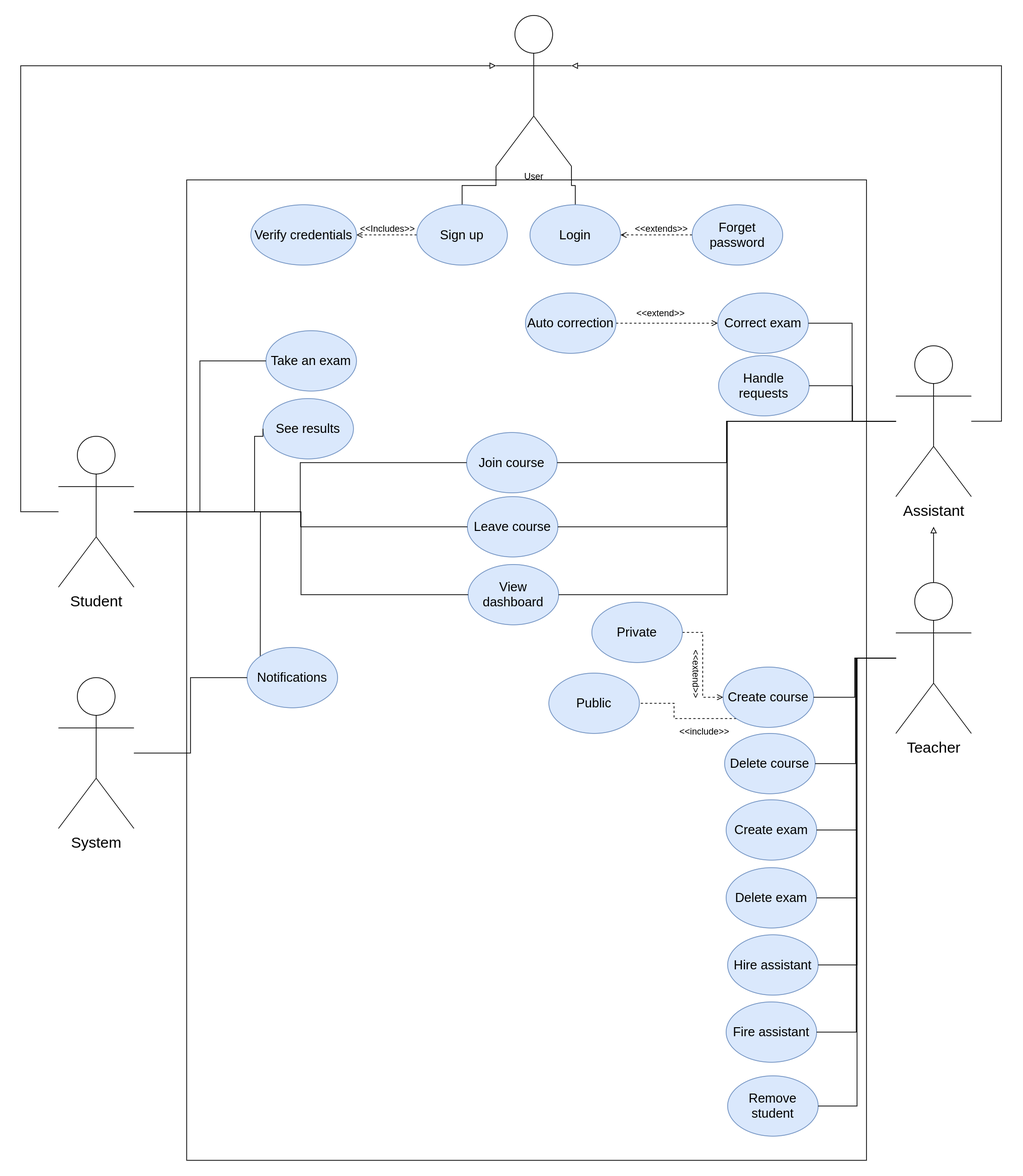
The draw.io diagram Use cases diagram/Use-cases.drawio.png in MarwanGalal746/D-Exam-with-Anti-Cheat-System, before a commit. Source tidied: cells renumbered, new cells last; positions are measured from the earlier drawing's top-left corner, leaving out a move shared by most shapes. Its diagram source:
```xml
<mxGraphModel>
  <root>
    <mxCell id="0" />
    <mxCell id="1" parent="0" />
    <mxCell id="2" style="whiteSpace=wrap;html=1;fontSize=20;" parent="1" vertex="1">
      <mxGeometry x="220" y="218" width="901" height="1300" as="geometry" />
    </mxCell>
    <mxCell id="3" style="edgeStyle=orthogonalEdgeStyle;rounded=0;jettySize=auto;html=1;entryX=0.5;entryY=0;entryDx=0;entryDy=0;fontSize=20;endArrow=none;endFill=0;strokeWidth=1;exitX=0;exitY=1;exitDx=0;exitDy=0;exitPerimeter=0;" parent="1" edge="1" source="5" target="7">
      <mxGeometry relative="1" as="geometry" />
    </mxCell>
    <mxCell id="4" style="edgeStyle=orthogonalEdgeStyle;rounded=0;jettySize=auto;html=1;entryX=0.5;entryY=0;entryDx=0;entryDy=0;fontSize=20;endArrow=none;endFill=0;strokeWidth=1;exitX=1;exitY=1;exitDx=0;exitDy=0;exitPerimeter=0;" parent="1" edge="1" source="5" target="8">
      <mxGeometry relative="1" as="geometry" />
    </mxCell>
    <mxCell id="5" value="User" style="shape=umlActor;verticalLabelPosition=bottom;verticalAlign=top;html=1;" parent="1" vertex="1">
      <mxGeometry x="630" width="100" height="200" as="geometry" />
    </mxCell>
    <mxCell id="6" style="edgeStyle=orthogonalEdgeStyle;rounded=0;jettySize=auto;html=1;entryX=1;entryY=0.5;entryDx=0;entryDy=0;dashed=1;fontSize=12;endArrow=open;endFill=0;" parent="1" edge="1" source="7" target="10">
      <mxGeometry relative="1" as="geometry" />
    </mxCell>
    <mxCell id="7" value="&lt;font style=&quot;font-size: 17px&quot;&gt;Sign up&lt;/font&gt;" style="ellipse;whiteSpace=wrap;html=1;fillColor=#dae8fc;strokeColor=#6c8ebf;" parent="1" vertex="1">
      <mxGeometry x="525" y="251" width="120" height="80" as="geometry" />
    </mxCell>
    <mxCell id="8" value="&lt;font style=&quot;font-size: 17px&quot;&gt;Login&lt;/font&gt;" style="ellipse;whiteSpace=wrap;html=1;fillColor=#dae8fc;strokeColor=#6c8ebf;" parent="1" vertex="1">
      <mxGeometry x="675" y="251" width="120" height="80" as="geometry" />
    </mxCell>
    <mxCell id="9" value="&lt;font style=&quot;font-size: 17px&quot;&gt;Take an exam&lt;/font&gt;" style="ellipse;whiteSpace=wrap;html=1;fillColor=#dae8fc;strokeColor=#6c8ebf;" parent="1" vertex="1">
      <mxGeometry x="325" y="418" width="120" height="80" as="geometry" />
    </mxCell>
    <mxCell id="10" value="&lt;font style=&quot;font-size: 17px&quot;&gt;Verify&amp;nbsp;credentials&lt;/font&gt;" style="ellipse;whiteSpace=wrap;html=1;fillColor=#dae8fc;strokeColor=#6c8ebf;" parent="1" vertex="1">
      <mxGeometry x="305" y="251" width="140" height="80" as="geometry" />
    </mxCell>
    <mxCell id="11" style="edgeStyle=orthogonalEdgeStyle;rounded=0;jettySize=auto;html=1;dashed=1;fontSize=17;endArrow=open;endFill=0;entryX=1;entryY=0.5;entryDx=0;entryDy=0;" parent="1" edge="1" source="12" target="8">
      <mxGeometry relative="1" as="geometry" />
    </mxCell>
    <mxCell id="12" value="&lt;font style=&quot;font-size: 17px&quot;&gt;Forget password&lt;/font&gt;" style="ellipse;whiteSpace=wrap;html=1;fillColor=#dae8fc;strokeColor=#6c8ebf;" parent="1" vertex="1">
      <mxGeometry x="890" y="251" width="120" height="80" as="geometry" />
    </mxCell>
    <mxCell id="13" value="&lt;font style=&quot;font-size: 12px&quot;&gt;&amp;lt;&amp;lt;Includes&amp;gt;&amp;gt;&lt;/font&gt;" style="text;html=1;align=center;verticalAlign=middle;strokeColor=none;fillColor=none;fontSize=17;" parent="1" vertex="1">
      <mxGeometry x="441" y="266" width="90" height="30" as="geometry" />
    </mxCell>
    <mxCell id="14" value="&lt;font style=&quot;font-size: 12px&quot;&gt;&amp;lt;&amp;lt;extends&amp;gt;&amp;gt;&lt;/font&gt;" style="text;html=1;align=center;verticalAlign=middle;strokeColor=none;fillColor=none;fontSize=17;" parent="1" vertex="1">
      <mxGeometry x="804" y="266" width="90" height="30" as="geometry" />
    </mxCell>
    <mxCell id="15" value="&lt;font style=&quot;font-size: 17px&quot;&gt;Join course&lt;/font&gt;" style="ellipse;whiteSpace=wrap;html=1;fillColor=#dae8fc;strokeColor=#6c8ebf;" parent="1" vertex="1">
      <mxGeometry x="591" y="553" width="120" height="80" as="geometry" />
    </mxCell>
    <mxCell id="16" value="&lt;font style=&quot;font-size: 17px&quot;&gt;Leave course&lt;/font&gt;" style="ellipse;whiteSpace=wrap;html=1;fillColor=#dae8fc;strokeColor=#6c8ebf;" parent="1" vertex="1">
      <mxGeometry x="592" y="638" width="120" height="80" as="geometry" />
    </mxCell>
    <mxCell id="17" value="&lt;font style=&quot;font-size: 17px&quot;&gt;View dashboard&lt;/font&gt;" style="ellipse;whiteSpace=wrap;html=1;fillColor=#dae8fc;strokeColor=#6c8ebf;" parent="1" vertex="1">
      <mxGeometry x="593" y="728" width="120" height="80" as="geometry" />
    </mxCell>
    <mxCell id="18" value="&lt;font style=&quot;font-size: 17px&quot;&gt;See results&lt;/font&gt;" style="ellipse;whiteSpace=wrap;html=1;fillColor=#dae8fc;strokeColor=#6c8ebf;" parent="1" vertex="1">
      <mxGeometry x="321" y="508" width="120" height="80" as="geometry" />
    </mxCell>
    <mxCell id="19" style="edgeStyle=orthogonalEdgeStyle;rounded=0;jettySize=auto;html=1;dashed=1;fontSize=12;endArrow=open;endFill=0;exitX=1;exitY=0.5;exitDx=0;exitDy=0;" parent="1" edge="1" source="30" target="20">
      <mxGeometry relative="1" as="geometry" />
    </mxCell>
    <mxCell id="20" value="&lt;span style=&quot;font-size: 17px&quot;&gt;Correct exam&lt;/span&gt;" style="ellipse;whiteSpace=wrap;html=1;fillColor=#dae8fc;strokeColor=#6c8ebf;" parent="1" vertex="1">
      <mxGeometry x="924" y="368" width="120" height="80" as="geometry" />
    </mxCell>
    <mxCell id="21" value="&lt;font style=&quot;font-size: 17px&quot;&gt;Handle requests&lt;/font&gt;" style="ellipse;whiteSpace=wrap;html=1;fillColor=#dae8fc;strokeColor=#6c8ebf;" parent="1" vertex="1">
      <mxGeometry x="925" y="451" width="120" height="80" as="geometry" />
    </mxCell>
    <mxCell id="22" style="edgeStyle=orthogonalEdgeStyle;rounded=0;jettySize=auto;html=1;entryX=1;entryY=0.5;entryDx=0;entryDy=0;dashed=1;fontSize=12;endArrow=open;endFill=0;exitX=0;exitY=1;exitDx=0;exitDy=0;" parent="1" edge="1" source="23">
      <mxGeometry relative="1" as="geometry">
        <mxPoint x="801" y="912" as="targetPoint" />
      </mxGeometry>
    </mxCell>
    <mxCell id="23" value="&lt;font style=&quot;font-size: 17px&quot;&gt;Create course&lt;/font&gt;" style="ellipse;whiteSpace=wrap;html=1;fillColor=#dae8fc;strokeColor=#6c8ebf;" parent="1" vertex="1">
      <mxGeometry x="931" y="864" width="120" height="80" as="geometry" />
    </mxCell>
    <mxCell id="24" value="&lt;font style=&quot;font-size: 17px&quot;&gt;Delete course&lt;/font&gt;" style="ellipse;whiteSpace=wrap;html=1;fillColor=#dae8fc;strokeColor=#6c8ebf;" parent="1" vertex="1">
      <mxGeometry x="933" y="952" width="120" height="80" as="geometry" />
    </mxCell>
    <mxCell id="25" value="&lt;font style=&quot;font-size: 17px&quot;&gt;Create exam&lt;/font&gt;" style="ellipse;whiteSpace=wrap;html=1;fillColor=#dae8fc;strokeColor=#6c8ebf;" parent="1" vertex="1">
      <mxGeometry x="935" y="1040" width="120" height="80" as="geometry" />
    </mxCell>
    <mxCell id="26" value="&lt;span style=&quot;font-size: 17px&quot;&gt;Delete exam&lt;/span&gt;" style="ellipse;whiteSpace=wrap;html=1;fillColor=#dae8fc;strokeColor=#6c8ebf;" parent="1" vertex="1">
      <mxGeometry x="935" y="1130" width="120" height="80" as="geometry" />
    </mxCell>
    <mxCell id="27" value="&lt;span style=&quot;font-size: 17px&quot;&gt;Hire assistant&lt;/span&gt;" style="ellipse;whiteSpace=wrap;html=1;fillColor=#dae8fc;strokeColor=#6c8ebf;" parent="1" vertex="1">
      <mxGeometry x="937" y="1219" width="120" height="80" as="geometry" />
    </mxCell>
    <mxCell id="28" value="&lt;span style=&quot;font-size: 17px&quot;&gt;Fire assistant&lt;/span&gt;" style="ellipse;whiteSpace=wrap;html=1;fillColor=#dae8fc;strokeColor=#6c8ebf;" parent="1" vertex="1">
      <mxGeometry x="935" y="1308" width="120" height="80" as="geometry" />
    </mxCell>
    <mxCell id="29" value="&lt;span style=&quot;font-size: 17px&quot;&gt;Remove student&lt;/span&gt;" style="ellipse;whiteSpace=wrap;html=1;fillColor=#dae8fc;strokeColor=#6c8ebf;" parent="1" vertex="1">
      <mxGeometry x="937" y="1406" width="120" height="80" as="geometry" />
    </mxCell>
    <mxCell id="30" value="&lt;span style=&quot;font-size: 17px&quot;&gt;Auto correction&lt;/span&gt;" style="ellipse;whiteSpace=wrap;html=1;fillColor=#dae8fc;strokeColor=#6c8ebf;" parent="1" vertex="1">
      <mxGeometry x="669" y="368" width="120" height="80" as="geometry" />
    </mxCell>
    <mxCell id="31" value="&lt;font style=&quot;font-size: 12px&quot;&gt;&amp;lt;&amp;lt;extend&amp;gt;&amp;gt;&lt;/font&gt;" style="text;html=1;align=center;verticalAlign=middle;strokeColor=none;fillColor=none;fontSize=17;" parent="1" vertex="1">
      <mxGeometry x="808" y="378" width="80" height="30" as="geometry" />
    </mxCell>
    <mxCell id="32" style="edgeStyle=orthogonalEdgeStyle;rounded=0;jettySize=auto;html=1;entryX=0;entryY=0.5;entryDx=0;entryDy=0;dashed=1;fontSize=12;endArrow=open;endFill=0;" parent="1" edge="1" source="33" target="23">
      <mxGeometry relative="1" as="geometry" />
    </mxCell>
    <mxCell id="33" value="&lt;span style=&quot;font-size: 17px&quot;&gt;Private&lt;/span&gt;" style="ellipse;whiteSpace=wrap;html=1;fillColor=#dae8fc;strokeColor=#6c8ebf;" parent="1" vertex="1">
      <mxGeometry x="757" y="778" width="120" height="80" as="geometry" />
    </mxCell>
    <mxCell id="34" value="&lt;font style=&quot;font-size: 12px&quot;&gt;&amp;lt;&amp;lt;extend&amp;gt;&amp;gt;&lt;/font&gt;" style="text;html=1;align=center;verticalAlign=middle;strokeColor=none;fillColor=none;fontSize=17;rotation=90;" parent="1" vertex="1">
      <mxGeometry x="857" y="858" width="80" height="30" as="geometry" />
    </mxCell>
    <mxCell id="35" value="&lt;span style=&quot;font-size: 17px&quot;&gt;Public&lt;/span&gt;" style="ellipse;whiteSpace=wrap;html=1;fillColor=#dae8fc;strokeColor=#6c8ebf;" parent="1" vertex="1">
      <mxGeometry x="700" y="872" width="120" height="80" as="geometry" />
    </mxCell>
    <mxCell id="36" value="&lt;font style=&quot;font-size: 12px&quot;&gt;&amp;lt;&amp;lt;include&amp;gt;&amp;gt;&lt;/font&gt;" style="text;html=1;align=center;verticalAlign=middle;strokeColor=none;fillColor=none;fontSize=17;" parent="1" vertex="1">
      <mxGeometry x="866" y="933" width="80" height="30" as="geometry" />
    </mxCell>
    <mxCell id="37" style="edgeStyle=orthogonalEdgeStyle;rounded=0;jettySize=auto;html=1;entryX=0;entryY=0.5;entryDx=0;entryDy=0;fontSize=20;endArrow=none;endFill=0;strokeWidth=1;" parent="1" edge="1" source="44" target="15">
      <mxGeometry relative="1" as="geometry" />
    </mxCell>
    <mxCell id="38" style="edgeStyle=orthogonalEdgeStyle;rounded=0;jettySize=auto;html=1;entryX=0;entryY=0.5;entryDx=0;entryDy=0;fontSize=20;endArrow=none;endFill=0;strokeWidth=1;" parent="1" edge="1" source="44" target="16">
      <mxGeometry relative="1" as="geometry" />
    </mxCell>
    <mxCell id="39" style="edgeStyle=orthogonalEdgeStyle;rounded=0;jettySize=auto;html=1;entryX=0;entryY=0.5;entryDx=0;entryDy=0;fontSize=20;endArrow=none;endFill=0;strokeWidth=1;" parent="1" edge="1" source="44" target="9">
      <mxGeometry relative="1" as="geometry" />
    </mxCell>
    <mxCell id="40" style="edgeStyle=orthogonalEdgeStyle;rounded=0;jettySize=auto;html=1;entryX=0;entryY=0.5;entryDx=0;entryDy=0;fontSize=20;endArrow=none;endFill=0;strokeWidth=1;" parent="1" edge="1" source="44" target="18">
      <mxGeometry relative="1" as="geometry">
        <Array as="points">
          <mxPoint x="310" y="658" />
          <mxPoint x="310" y="558" />
        </Array>
      </mxGeometry>
    </mxCell>
    <mxCell id="41" style="edgeStyle=orthogonalEdgeStyle;rounded=0;jettySize=auto;html=1;entryX=0;entryY=0.5;entryDx=0;entryDy=0;fontSize=20;endArrow=none;endFill=0;strokeWidth=1;" parent="1" edge="1" source="44" target="17">
      <mxGeometry relative="1" as="geometry" />
    </mxCell>
    <mxCell id="42" style="edgeStyle=orthogonalEdgeStyle;rounded=0;jettySize=auto;html=1;entryX=0;entryY=0.3333333333333333;entryDx=0;entryDy=0;entryPerimeter=0;fontSize=20;endArrow=block;endFill=0;strokeWidth=1;" parent="1" edge="1" source="44" target="5">
      <mxGeometry relative="1" as="geometry">
        <Array as="points">
          <mxPoint y="658" />
          <mxPoint y="67" />
        </Array>
      </mxGeometry>
    </mxCell>
    <mxCell id="43" style="edgeStyle=orthogonalEdgeStyle;rounded=0;jettySize=auto;html=1;entryX=0;entryY=0;entryDx=0;entryDy=0;fontSize=20;endArrow=none;endFill=0;strokeWidth=1;" parent="1" edge="1" source="44" target="61">
      <mxGeometry relative="1" as="geometry" />
    </mxCell>
    <mxCell id="44" value="&lt;font style=&quot;font-size: 20px&quot;&gt;Student&lt;/font&gt;" style="shape=umlActor;verticalLabelPosition=bottom;verticalAlign=top;html=1;" parent="1" vertex="1">
      <mxGeometry x="50" y="558" width="100" height="200" as="geometry" />
    </mxCell>
    <mxCell id="45" style="edgeStyle=orthogonalEdgeStyle;rounded=0;jettySize=auto;html=1;entryX=1;entryY=0.5;entryDx=0;entryDy=0;fontSize=20;endArrow=none;endFill=0;strokeWidth=1;" parent="1" edge="1" source="53" target="23">
      <mxGeometry relative="1" as="geometry" />
    </mxCell>
    <mxCell id="46" style="edgeStyle=orthogonalEdgeStyle;rounded=0;jettySize=auto;html=1;entryX=1;entryY=0.5;entryDx=0;entryDy=0;fontSize=20;endArrow=none;endFill=0;strokeWidth=1;" parent="1" edge="1" source="53" target="24">
      <mxGeometry relative="1" as="geometry" />
    </mxCell>
    <mxCell id="47" style="edgeStyle=orthogonalEdgeStyle;rounded=0;jettySize=auto;html=1;entryX=1;entryY=0.5;entryDx=0;entryDy=0;fontSize=20;endArrow=none;endFill=0;strokeWidth=1;" parent="1" edge="1" source="53" target="25">
      <mxGeometry relative="1" as="geometry" />
    </mxCell>
    <mxCell id="48" style="edgeStyle=orthogonalEdgeStyle;rounded=0;jettySize=auto;html=1;entryX=1;entryY=0.5;entryDx=0;entryDy=0;fontSize=20;endArrow=none;endFill=0;strokeWidth=1;" parent="1" edge="1" source="53" target="26">
      <mxGeometry relative="1" as="geometry" />
    </mxCell>
    <mxCell id="49" style="edgeStyle=orthogonalEdgeStyle;rounded=0;jettySize=auto;html=1;entryX=1;entryY=0.5;entryDx=0;entryDy=0;fontSize=20;endArrow=none;endFill=0;strokeWidth=1;" parent="1" edge="1" source="53" target="27">
      <mxGeometry relative="1" as="geometry" />
    </mxCell>
    <mxCell id="50" style="edgeStyle=orthogonalEdgeStyle;rounded=0;jettySize=auto;html=1;entryX=1;entryY=0.5;entryDx=0;entryDy=0;fontSize=20;endArrow=none;endFill=0;strokeWidth=1;" parent="1" edge="1" source="53" target="28">
      <mxGeometry relative="1" as="geometry" />
    </mxCell>
    <mxCell id="51" style="edgeStyle=orthogonalEdgeStyle;rounded=0;jettySize=auto;html=1;entryX=1;entryY=0.5;entryDx=0;entryDy=0;fontSize=20;endArrow=none;endFill=0;strokeWidth=1;" parent="1" edge="1" source="53" target="29">
      <mxGeometry relative="1" as="geometry" />
    </mxCell>
    <mxCell id="52" style="edgeStyle=orthogonalEdgeStyle;rounded=0;jettySize=auto;html=1;fontSize=20;endArrow=block;endFill=0;strokeWidth=1;" parent="1" edge="1" source="53">
      <mxGeometry relative="1" as="geometry">
        <mxPoint x="1210" y="678" as="targetPoint" />
      </mxGeometry>
    </mxCell>
    <mxCell id="53" value="&lt;font size=&quot;1&quot;&gt;&lt;span style=&quot;font-size: 20px&quot;&gt;Teacher&lt;/span&gt;&lt;/font&gt;" style="shape=umlActor;verticalLabelPosition=bottom;verticalAlign=top;html=1;" parent="1" vertex="1">
      <mxGeometry x="1160" y="752" width="100" height="200" as="geometry" />
    </mxCell>
    <mxCell id="54" style="edgeStyle=orthogonalEdgeStyle;rounded=0;jettySize=auto;html=1;entryX=1;entryY=0.5;entryDx=0;entryDy=0;fontSize=20;endArrow=none;endFill=0;strokeWidth=1;" parent="1" edge="1" source="60" target="20">
      <mxGeometry relative="1" as="geometry" />
    </mxCell>
    <mxCell id="55" style="edgeStyle=orthogonalEdgeStyle;rounded=0;jettySize=auto;html=1;entryX=1;entryY=0.5;entryDx=0;entryDy=0;fontSize=20;endArrow=none;endFill=0;strokeWidth=1;" parent="1" edge="1" source="60" target="21">
      <mxGeometry relative="1" as="geometry" />
    </mxCell>
    <mxCell id="56" style="edgeStyle=orthogonalEdgeStyle;rounded=0;jettySize=auto;html=1;entryX=1;entryY=0.5;entryDx=0;entryDy=0;fontSize=20;endArrow=none;endFill=0;strokeWidth=1;" parent="1" edge="1" source="60" target="15">
      <mxGeometry relative="1" as="geometry" />
    </mxCell>
    <mxCell id="57" style="edgeStyle=orthogonalEdgeStyle;rounded=0;jettySize=auto;html=1;entryX=1;entryY=0.5;entryDx=0;entryDy=0;fontSize=20;endArrow=none;endFill=0;strokeWidth=1;" parent="1" edge="1" source="60" target="16">
      <mxGeometry relative="1" as="geometry" />
    </mxCell>
    <mxCell id="58" style="edgeStyle=orthogonalEdgeStyle;rounded=0;jettySize=auto;html=1;entryX=1;entryY=0.5;entryDx=0;entryDy=0;fontSize=20;endArrow=none;endFill=0;strokeWidth=1;" parent="1" edge="1" source="60" target="17">
      <mxGeometry relative="1" as="geometry" />
    </mxCell>
    <mxCell id="59" style="edgeStyle=orthogonalEdgeStyle;rounded=0;jettySize=auto;html=1;entryX=1;entryY=0.3333333333333333;entryDx=0;entryDy=0;entryPerimeter=0;fontSize=20;endArrow=block;endFill=0;strokeWidth=1;" parent="1" edge="1" source="60" target="5">
      <mxGeometry relative="1" as="geometry">
        <Array as="points">
          <mxPoint x="1300" y="538" />
          <mxPoint x="1300" y="67" />
        </Array>
      </mxGeometry>
    </mxCell>
    <mxCell id="60" value="&lt;font size=&quot;1&quot;&gt;&lt;span style=&quot;font-size: 20px&quot;&gt;Assistant&lt;/span&gt;&lt;/font&gt;" style="shape=umlActor;verticalLabelPosition=bottom;verticalAlign=top;html=1;" parent="1" vertex="1">
      <mxGeometry x="1160" y="438" width="100" height="200" as="geometry" />
    </mxCell>
    <mxCell id="61" value="&lt;font style=&quot;font-size: 17px&quot;&gt;Notifications&lt;/font&gt;" style="ellipse;whiteSpace=wrap;html=1;fillColor=#dae8fc;strokeColor=#6c8ebf;" parent="1" vertex="1">
      <mxGeometry x="300" y="838" width="120" height="80" as="geometry" />
    </mxCell>
    <mxCell id="62" style="edgeStyle=orthogonalEdgeStyle;rounded=0;jettySize=auto;html=1;entryX=0;entryY=0.5;entryDx=0;entryDy=0;fontSize=20;endArrow=none;endFill=0;strokeWidth=1;" parent="1" edge="1" source="63" target="61">
      <mxGeometry relative="1" as="geometry" />
    </mxCell>
    <mxCell id="63" value="&lt;font style=&quot;font-size: 20px&quot;&gt;System&lt;/font&gt;" style="shape=umlActor;verticalLabelPosition=bottom;verticalAlign=top;html=1;" parent="1" vertex="1">
      <mxGeometry x="50" y="878" width="100" height="200" as="geometry" />
    </mxCell>
  </root>
</mxGraphModel>
```
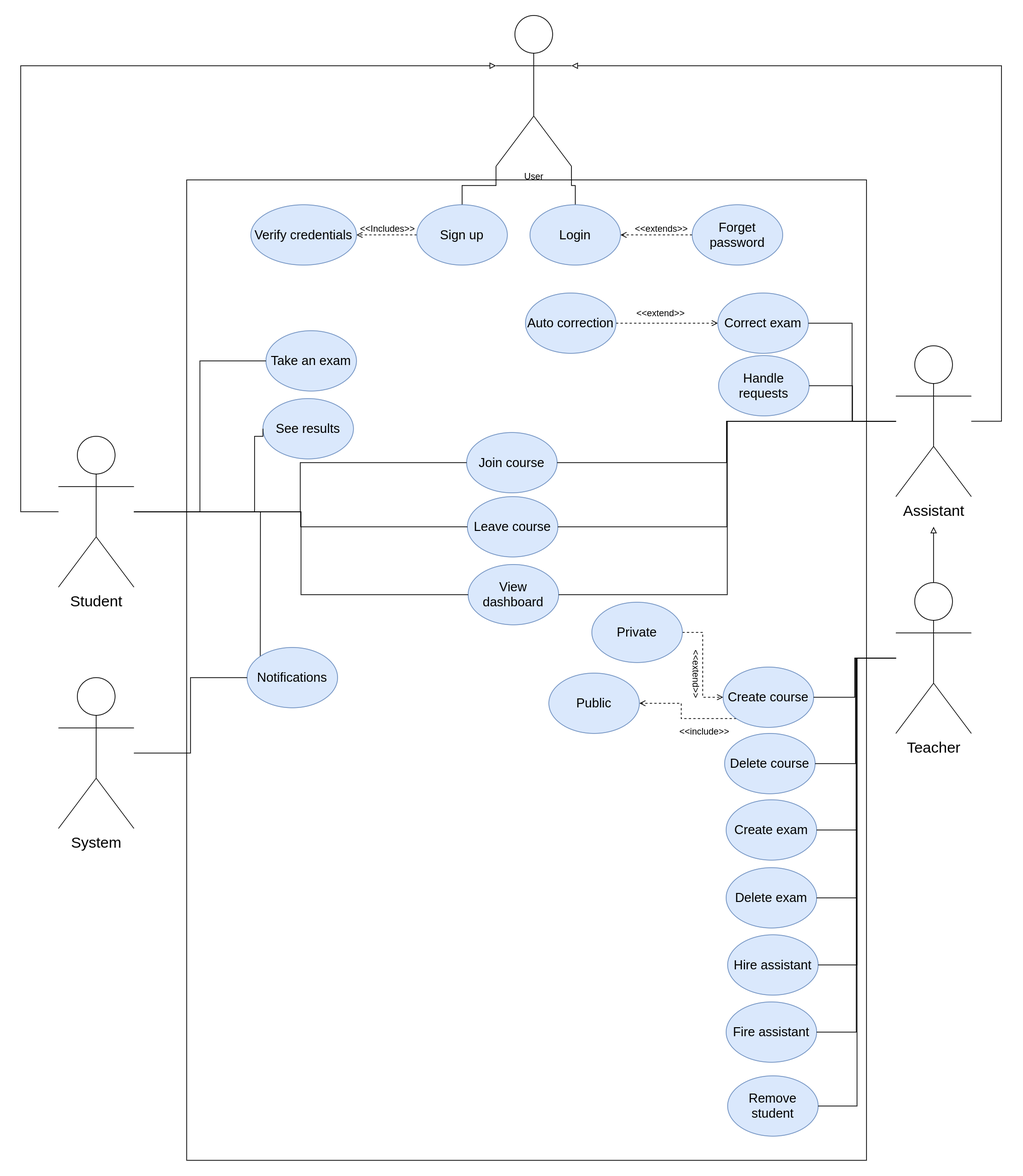
The same file after the commit.

Commit message:
updating use cases diagram

Change to the diagram source:
```diff
@@ -62,10 +62,8 @@
     <mxCell id="21" value="&lt;font style=&quot;font-size: 17px&quot;&gt;Handle requests&lt;/font&gt;" style="ellipse;whiteSpace=wrap;html=1;fillColor=#dae8fc;strokeColor=#6c8ebf;" parent="1" vertex="1">
       <mxGeometry x="925" y="451" width="120" height="80" as="geometry" />
     </mxCell>
-    <mxCell id="22" style="edgeStyle=orthogonalEdgeStyle;rounded=0;jettySize=auto;html=1;entryX=1;entryY=0.5;entryDx=0;entryDy=0;dashed=1;fontSize=12;endArrow=open;endFill=0;exitX=0;exitY=1;exitDx=0;exitDy=0;" parent="1" edge="1" source="23">
-      <mxGeometry relative="1" as="geometry">
-        <mxPoint x="801" y="912" as="targetPoint" />
-      </mxGeometry>
+    <mxCell id="22" style="edgeStyle=orthogonalEdgeStyle;rounded=0;jettySize=auto;html=1;entryX=1;entryY=0.5;entryDx=0;entryDy=0;dashed=1;fontSize=12;endArrow=open;endFill=0;exitX=0;exitY=1;exitDx=0;exitDy=0;" parent="1" edge="1" source="23" target="35">
+      <mxGeometry relative="1" as="geometry" />
     </mxCell>
     <mxCell id="23" value="&lt;font style=&quot;font-size: 17px&quot;&gt;Create course&lt;/font&gt;" style="ellipse;whiteSpace=wrap;html=1;fillColor=#dae8fc;strokeColor=#6c8ebf;" parent="1" vertex="1">
       <mxGeometry x="931" y="864" width="120" height="80" as="geometry" />
```
